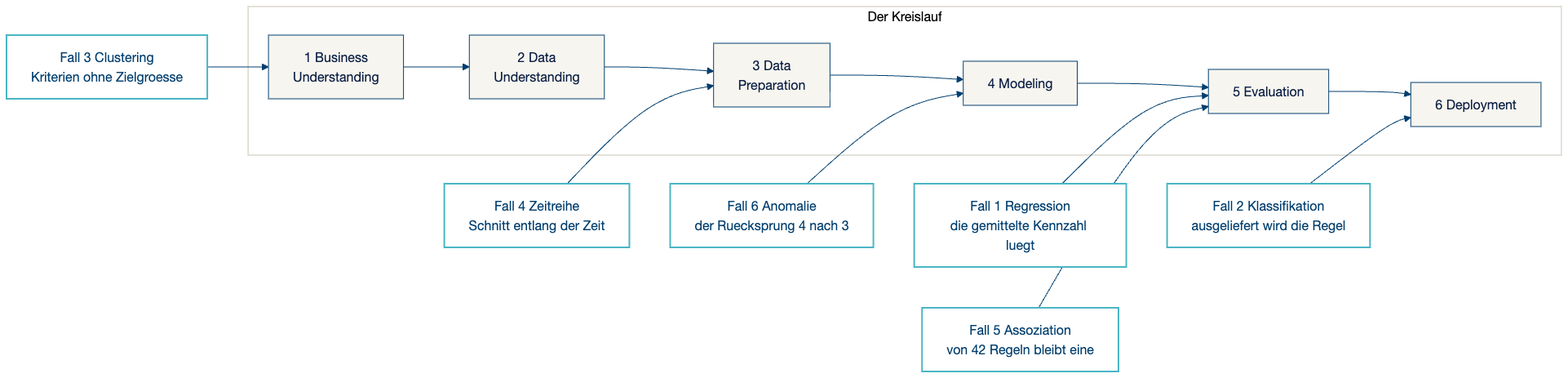
Above: slides/assets/crispdm-faelle.png in swrobuts/velocity-fallstudie (Mermaid), before the change. Its source is kept beside it as doku/analytics/diagramme/crispdm-faelle.mmd. The source it was exported from:
```mermaid
flowchart LR
    subgraph K["Der Kreislauf"]
        direction LR
        P1["1 Business<br/>Understanding"]
        P2["2 Data<br/>Understanding"]
        P3["3 Data<br/>Preparation"]
        P4["4 Modeling"]
        P5["5 Evaluation"]
        P6["6 Deployment"]
        P1 --> P2 --> P3 --> P4 --> P5 --> P6
    end

    F3["Fall 3 Clustering<br/>Kriterien ohne Zielgroesse"] --> P1
    F4["Fall 4 Zeitreihe<br/>Schnitt entlang der Zeit"] --> P3
    F1["Fall 1 Regression<br/>die gemittelte Kennzahl luegt"] --> P5
    F5["Fall 5 Assoziation<br/>von 42 Regeln bleibt eine"] --> P5
    F2["Fall 2 Klassifikation<br/>ausgeliefert wird die Regel"] --> P6
    F6["Fall 6 Anomalie<br/>der Ruecksprung 4 nach 3"] --> P4

    classDef fall fill:#FFFFFF,stroke:#4AB5C4,stroke-width:2px,color:#003E6E
    class F1,F2,F3,F4,F5,F6 fall
```
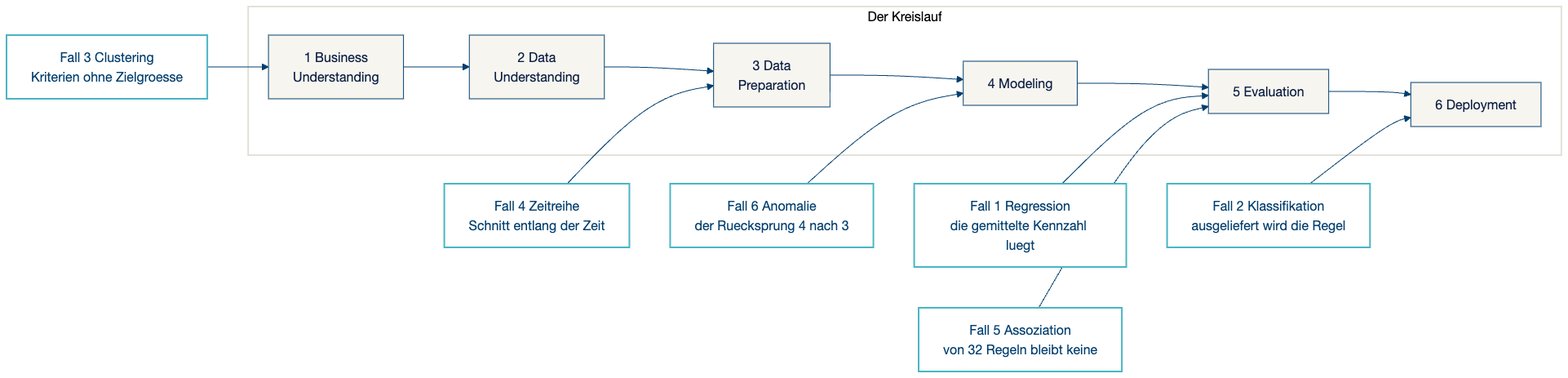
After the change.

What changed in the source:
```diff
@@ -13,7 +13,7 @@
     F3["Fall 3 Clustering<br/>Kriterien ohne Zielgroesse"] --> P1
     F4["Fall 4 Zeitreihe<br/>Schnitt entlang der Zeit"] --> P3
     F1["Fall 1 Regression<br/>die gemittelte Kennzahl luegt"] --> P5
-    F5["Fall 5 Assoziation<br/>von 42 Regeln bleibt eine"] --> P5
+    F5["Fall 5 Assoziation<br/>von 32 Regeln bleibt keine"] --> P5
     F2["Fall 2 Klassifikation<br/>ausgeliefert wird die Regel"] --> P6
     F6["Fall 6 Anomalie<br/>der Ruecksprung 4 nach 3"] --> P4
 
```
